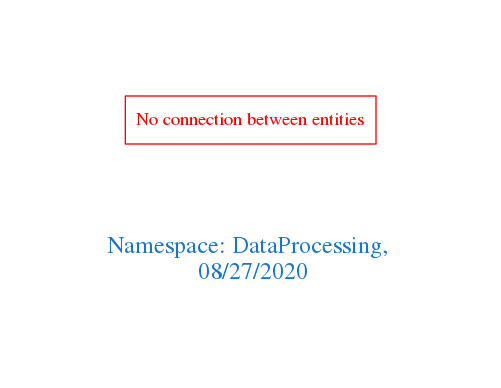
Earlier version of the Graphviz export downloads/DataProcessing.png (arago/OGIT). Its source is kept beside it as downloads/DataProcessing.dot.
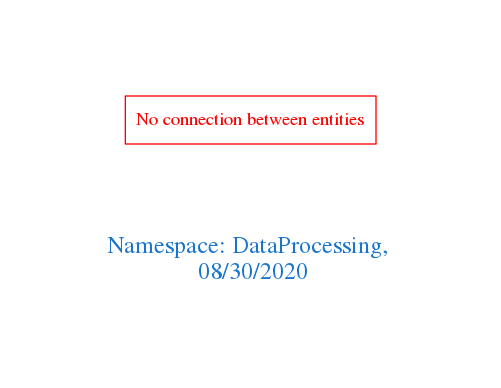
Later version of the same file.

The edit, as a diff of the source:
```diff
@@ -1,7 +1,7 @@
 digraph OGIT_ontology {
  graph [ rankdir= LR,pad=1
 fontsize = 18,
-fontcolor= dodgerblue3,label = "\n\n\nNamespace: DataProcessing, \n 08/27/2020"];
+fontcolor= dodgerblue3,label = "\n\n\nNamespace: DataProcessing, \n 08/30/2020"];
 node[shape=polygon];
 edge [  color="gray81"];
 
```
